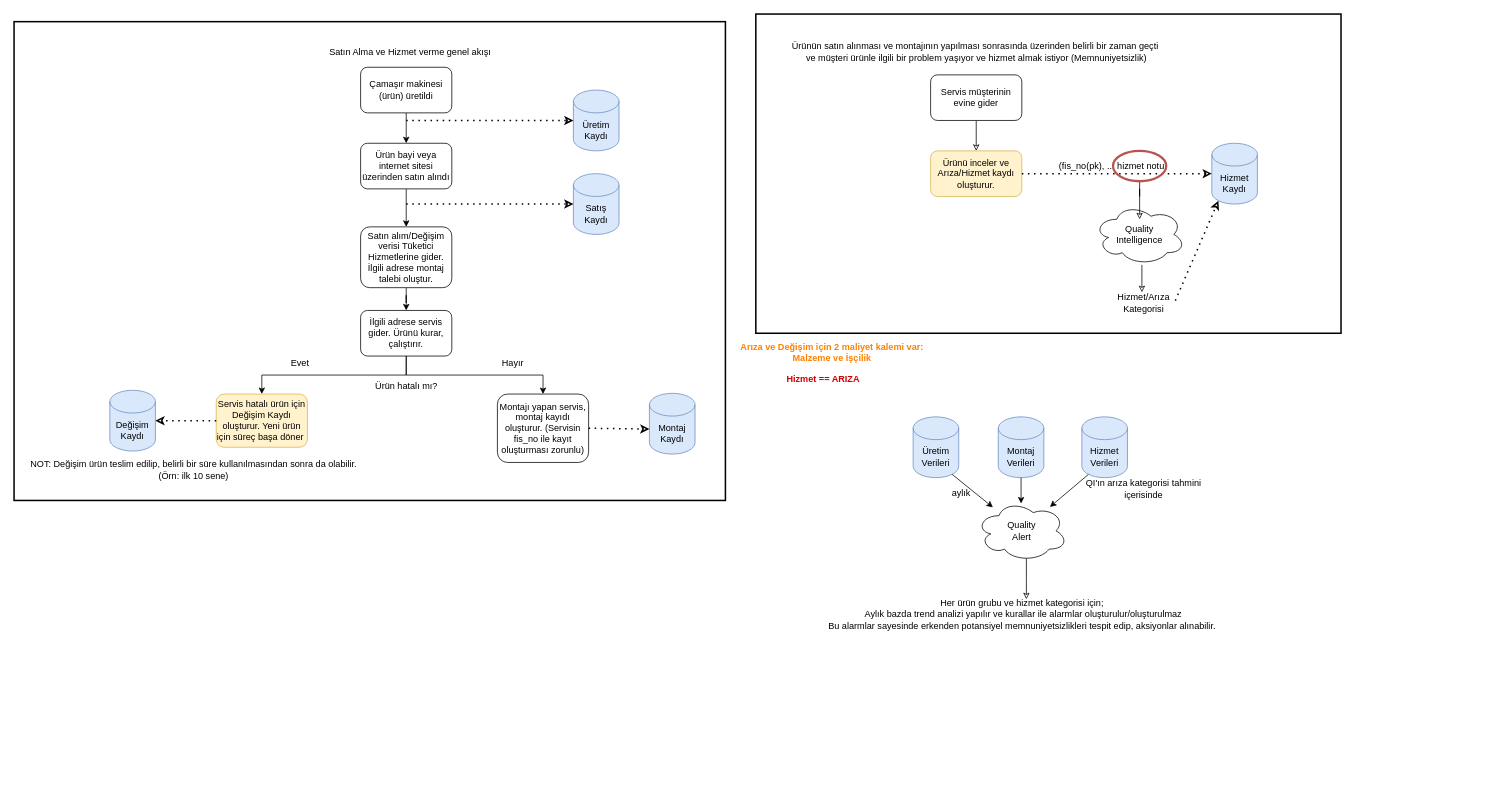
This is qualityAlert_BusinessImpactAnalysis.drawio from EgehanEralp/diagrams, a draw.io file, before an edit. Source tidied: cells renumbered, new cells numbered last; positions are measured from the earlier drawing's top-left corner, leaving out a move shared by most shapes. Both pictures are drawn from the tidied source at 76%, with x=0, y=0 at pixel (14, 14).
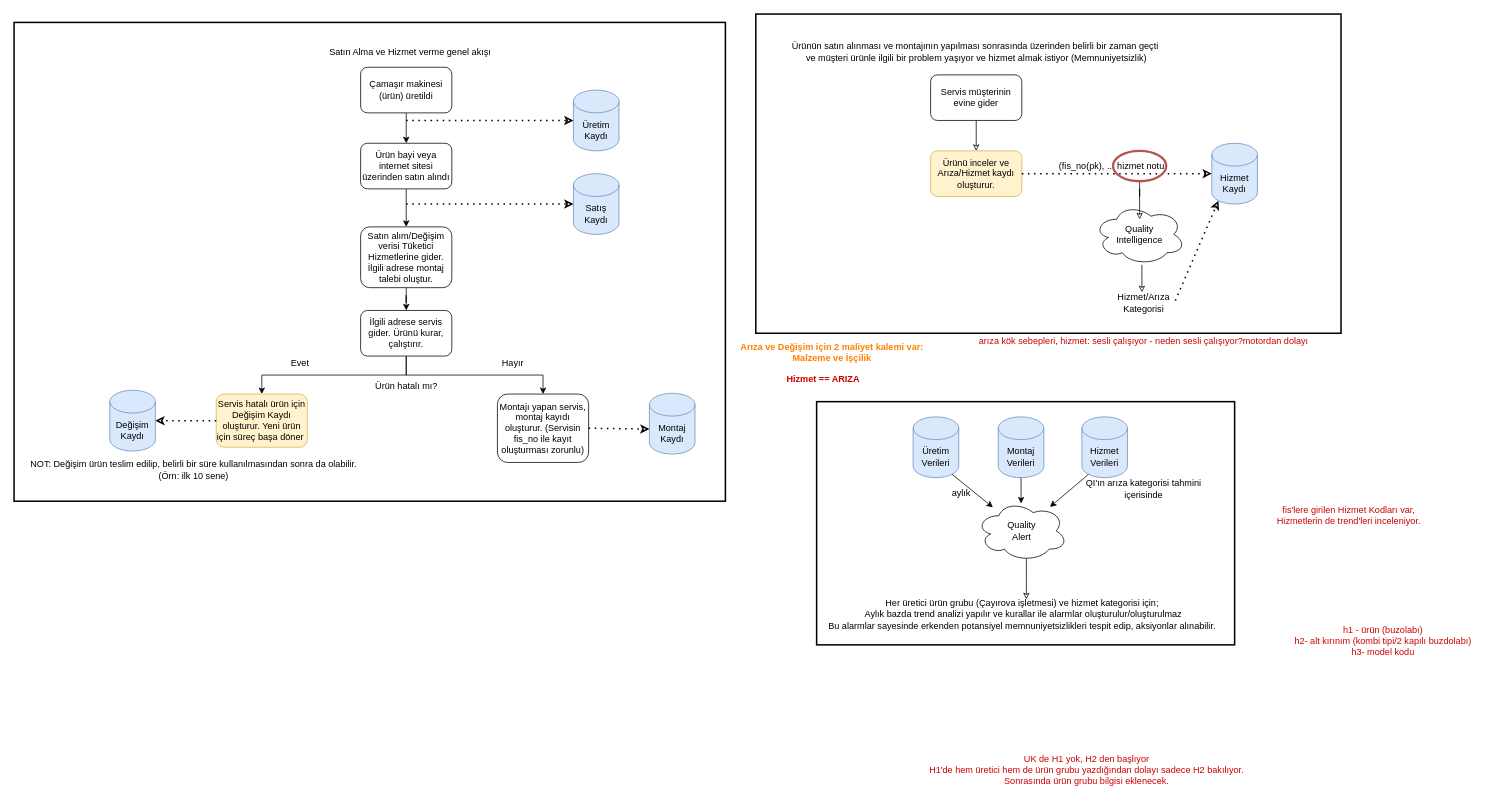
The same page after the edit.

What changed in the source:
```diff
@@
+    <mxCell id="54" style="rounded=0;whiteSpace=wrap;html=1;fontColor=#FF8000;strokeWidth=2;fillColor=none;gradientColor=none;" parent="1" vertex="1">
+      <mxGeometry x="1056" y="510" width="550" height="320" as="geometry" />
+    </mxCell>
     <mxCell id="2" style="rounded=0;whiteSpace=wrap;html=1;fontColor=#FF8000;strokeWidth=2;fillColor=none;gradientColor=none;" parent="1" vertex="1">
-      <mxGeometry y="10" width="936" height="630" as="geometry" />
+      <mxGeometry y="11" width="936" height="630" as="geometry" />
     </mxCell>
@@
-    <mxCell id="52" value="Her ürün grubu ve hizmet kategorisi için;&lt;br&gt;&amp;nbsp;Aylık bazda trend analizi yapılır ve kurallar ile alarmlar oluşturulur/oluşturulmaz&lt;br&gt;Bu alarmlar sayesinde erkenden potansiyel memnuniyetsizlikleri tespit edip, aksiyonlar alınabilir." style="text;html=1;align=center;verticalAlign=middle;strokeColor=none;fillColor=none;fontColor=#000000;" parent="1" vertex="1">
+    <mxCell id="52" value="Her üretici ürün grubu (Çayırova işletmesi) ve hizmet kategorisi için;&lt;br&gt;&amp;nbsp;Aylık bazda trend analizi yapılır ve kurallar ile alarmlar oluşturulur/oluşturulmaz&lt;br&gt;Bu alarmlar sayesinde erkenden potansiyel memnuniyetsizlikleri tespit edip, aksiyonlar alınabilir." style="text;html=1;align=center;verticalAlign=middle;strokeColor=none;fillColor=none;fontColor=#000000;" parent="1" vertex="1">
       <mxGeometry x="1061" y="765" width="530" height="50" as="geometry" />
     </mxCell>
@@
+    <mxCell id="55" value="fis'lere girilen Hizmet Kodları var,&lt;br&gt;Hizmetlerin de trend'leri inceleniyor." style="text;html=1;align=center;verticalAlign=middle;strokeColor=none;fillColor=none;fontColor=#CC0000;" parent="1" vertex="1">
+      <mxGeometry x="1656" y="645" width="200" height="30" as="geometry" />
+    </mxCell>
+    <mxCell id="56" value="arıza kök sebepleri, hizmet: sesli çalışıyor - neden sesli çalışıyor?motordan dolayı" style="text;html=1;align=center;verticalAlign=middle;strokeColor=none;fillColor=none;fontColor=#CC0000;" parent="1" vertex="1">
+      <mxGeometry x="1261" y="420" width="450" height="20" as="geometry" />
+    </mxCell>
+    <mxCell id="57" value="h1 - ürün (buzolabı)&lt;br&gt;h2- alt kırınım (kombi tipi/2 kapılı buzdolabı)&lt;br&gt;h3- model kodu" style="text;html=1;align=center;verticalAlign=middle;strokeColor=none;fillColor=none;fontColor=#CC0000;" parent="1" vertex="1">
+      <mxGeometry x="1676" y="800" width="250" height="50" as="geometry" />
+    </mxCell>
+    <mxCell id="58" value="UK de H1 yok, H2 den başlıyor&lt;br&gt;H1'de hem üretici hem de ürün grubu yazdığından dolayı sadece H2 bakılıyor.&lt;br&gt;Sonrasında ürün grubu bilgisi eklenecek." style="text;html=1;align=center;verticalAlign=middle;strokeColor=none;fillColor=none;fontColor=#CC0000;" parent="1" vertex="1">
+      <mxGeometry x="1196" y="970" width="430" height="50" as="geometry" />
+    </mxCell>
```
